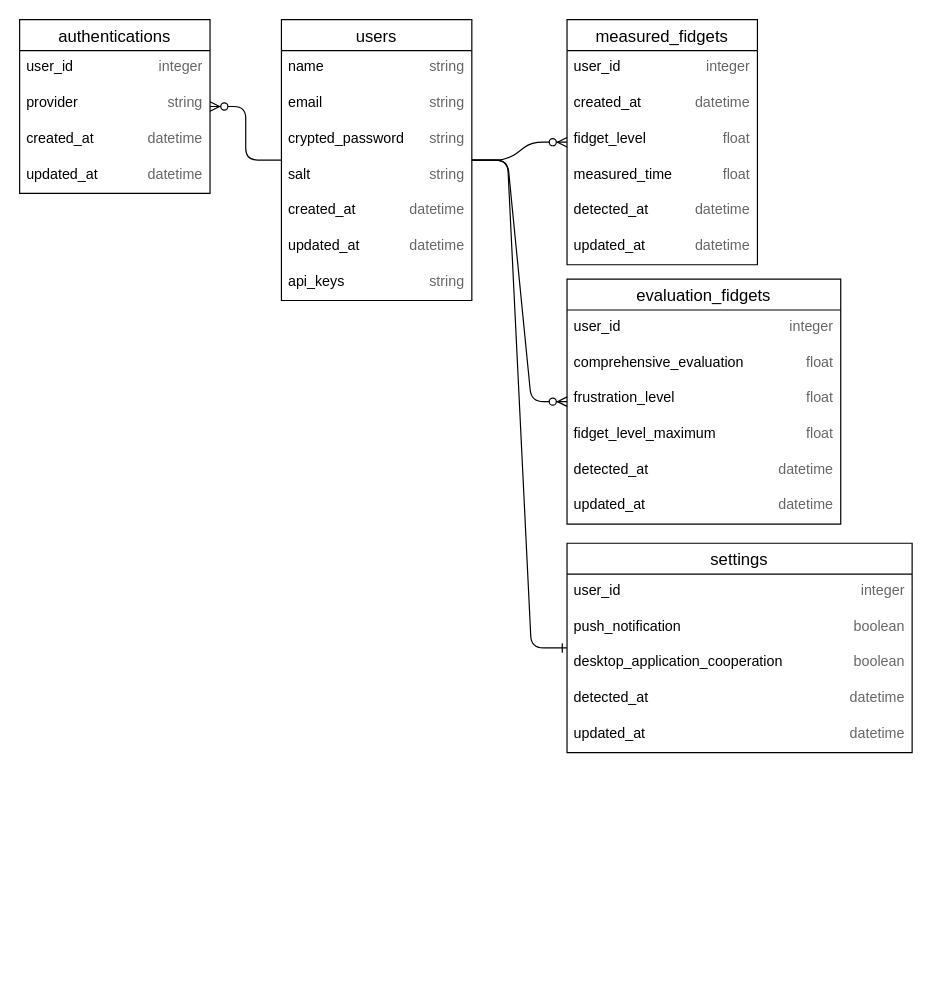
Above: ER Diagram for fidgeting_meter.drawio in FukiHayashi/fidgeting_meter (draw.io), before the change. Source tidied: cells renumbered, new cells numbered last; positions are measured from the earlier drawing's top-left corner, leaving out a move shared by most shapes. Both pictures are drawn from the tidied source at 119%, with x=0, y=0 at pixel (19, 19).
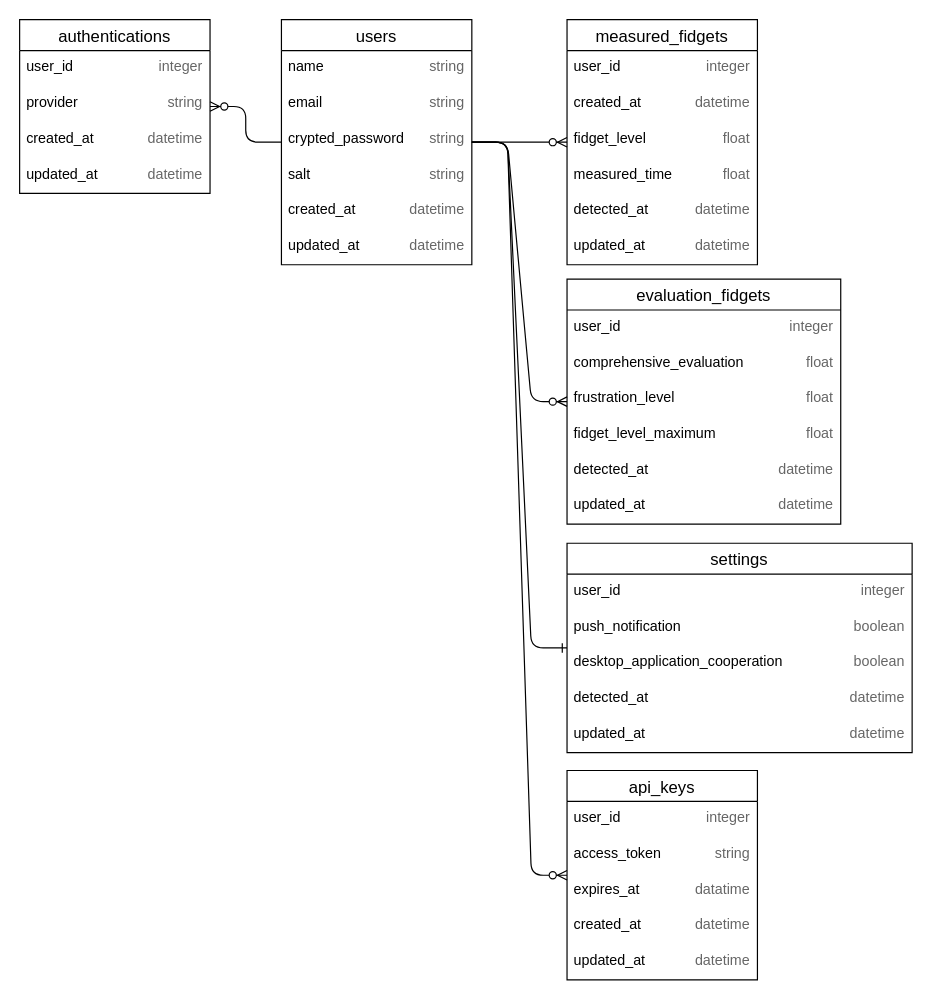
Above is the later version.

Commit message:
[edit]ER図 api_keysをテーブルに変更

What changed in the source:
```diff
@@
     <mxCell id="2" value="users" style="swimlane;fontStyle=0;horizontal=1;startSize=26;align=center;fontSize=14;" parent="1" vertex="1">
-      <mxGeometry x="220" width="160" height="236" as="geometry" />
+      <mxGeometry x="220" width="160" height="206" as="geometry" />
     </mxCell>
@@
-    <mxCell id="21" style="group;" parent="2" vertex="1">
-      <mxGeometry y="206" width="160" height="30" as="geometry" />
-    </mxCell>
-    <mxCell id="22" value="api_keys" style="text;strokeColor=none;fillColor=none;spacingLeft=4;spacingRight=4;overflow=hidden;points=[[0,0.5],[1,0.5]];portConstraint=eastwest;fontSize=12;" parent="21" vertex="1">
-      <mxGeometry width="100" height="30" as="geometry" />
-    </mxCell>
-    <mxCell id="23" value="string" style="text;strokeColor=none;fillColor=none;spacingLeft=4;spacingRight=4;overflow=hidden;fontSize=12;align=right;fontColor=#666666;" parent="21" vertex="1">
-      <mxGeometry x="100" width="60" height="30" as="geometry" />
-    </mxCell>
@@
+    <mxCell id="22" value="api_keys" style="swimlane;fontStyle=0;horizontal=1;startSize=26;align=center;fontSize=14;" parent="1" vertex="1">
+      <mxGeometry x="460" y="631" width="160" height="176" as="geometry" />
+    </mxCell>
+    <mxCell id="95" style="group;" parent="22" vertex="1">
+      <mxGeometry y="26" width="160" height="30" as="geometry" />
+    </mxCell>
+    <mxCell id="96" value="user_id" style="text;strokeColor=none;fillColor=none;spacingLeft=4;spacingRight=4;overflow=hidden;fontSize=12;" parent="95" vertex="1">
+      <mxGeometry width="100" height="30" as="geometry" />
+    </mxCell>
+    <mxCell id="97" value="integer" style="text;strokeColor=none;fillColor=none;spacingLeft=4;spacingRight=4;overflow=hidden;fontSize=12;align=right;fontColor=#666666;" parent="95" vertex="1">
+      <mxGeometry x="100" width="60" height="30" as="geometry" />
+    </mxCell>
+    <mxCell id="98" style="group;" parent="22" vertex="1">
+      <mxGeometry y="56" width="160" height="30" as="geometry" />
+    </mxCell>
+    <mxCell id="99" value="access_token" style="text;strokeColor=none;fillColor=none;spacingLeft=4;spacingRight=4;overflow=hidden;fontSize=12;" parent="98" vertex="1">
+      <mxGeometry width="100" height="20.5" as="geometry" />
+    </mxCell>
+    <mxCell id="23" value="string" style="text;strokeColor=none;fillColor=none;spacingLeft=4;spacingRight=4;overflow=hidden;fontSize=12;align=right;fontColor=#666666;" parent="98" vertex="1">
+      <mxGeometry x="100" width="60" height="20.5" as="geometry" />
+    </mxCell>
+    <mxCell id="100" style="group;" parent="22" vertex="1">
+      <mxGeometry y="86" width="160" height="30" as="geometry" />
+    </mxCell>
+    <mxCell id="101" value="expires_at" style="text;strokeColor=none;fillColor=none;spacingLeft=4;spacingRight=4;overflow=hidden;fontSize=12;" parent="100" vertex="1">
+      <mxGeometry width="110" height="30" as="geometry" />
+    </mxCell>
+    <mxCell id="102" value="datatime" style="text;strokeColor=none;fillColor=none;spacingLeft=4;spacingRight=4;overflow=hidden;fontSize=12;align=right;fontColor=#666666;" parent="100" vertex="1">
+      <mxGeometry x="100" width="60" height="30" as="geometry" />
+    </mxCell>
+    <mxCell id="103" style="group;" parent="22" vertex="1">
+      <mxGeometry y="116" width="160" height="30" as="geometry" />
+    </mxCell>
+    <mxCell id="104" value="created_at" style="text;strokeColor=none;fillColor=none;spacingLeft=4;spacingRight=4;overflow=hidden;fontSize=12;" parent="103" vertex="1">
+      <mxGeometry width="100" height="30" as="geometry" />
+    </mxCell>
+    <mxCell id="105" value="datetime" style="text;strokeColor=none;fillColor=none;spacingLeft=4;spacingRight=4;overflow=hidden;fontSize=12;align=right;fontColor=#666666;" parent="103" vertex="1">
+      <mxGeometry x="100" width="60" height="30" as="geometry" />
+    </mxCell>
+    <mxCell id="106" style="group;" parent="22" vertex="1">
+      <mxGeometry y="146" width="160" height="30" as="geometry" />
+    </mxCell>
+    <mxCell id="107" value="updated_at" style="text;strokeColor=none;fillColor=none;spacingLeft=4;spacingRight=4;overflow=hidden;fontSize=12;" parent="106" vertex="1">
+      <mxGeometry width="100" height="30" as="geometry" />
+    </mxCell>
+    <mxCell id="108" value="datetime" style="text;strokeColor=none;fillColor=none;spacingLeft=4;spacingRight=4;overflow=hidden;fontSize=12;align=right;fontColor=#666666;" parent="106" vertex="1">
+      <mxGeometry x="100" width="60" height="30" as="geometry" />
+    </mxCell>
+    <mxCell id="109" style="edgeStyle=entityRelationEdgeStyle;fontSize=12;html=1;endArrow=ERzeroToMany;endFill=1;" parent="1" edge="1" source="2" target="22">
+      <mxGeometry relative="1" as="geometry" />
+    </mxCell>
```
